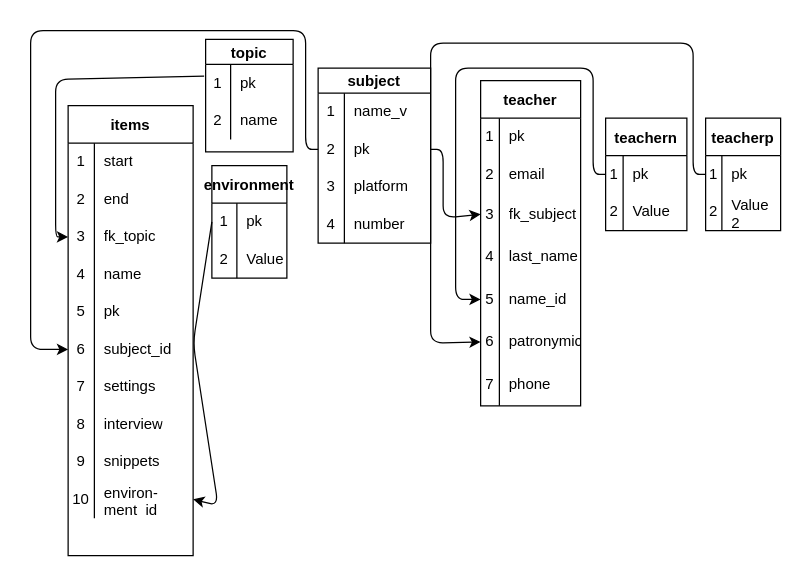
Above: Named/VideoHandler/db_education_v1.drawio in peresvladi/web (draw.io), before the change. Source tidied: cells renumbered, new cells numbered last; positions are measured from the earlier drawing's top-left corner, leaving out a move shared by most shapes. Both pictures are drawn from the tidied source at 125%, with x=0, y=0 at pixel (30, 30).
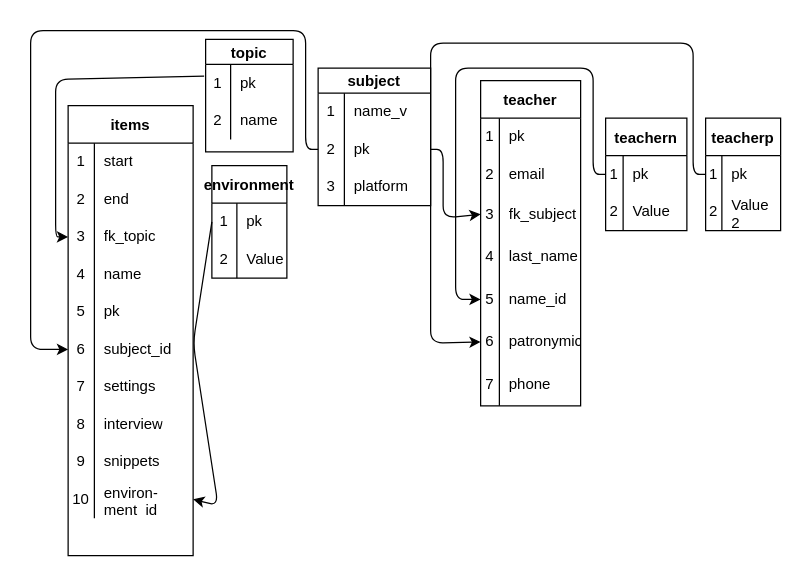
After the change.

Change to the diagram source:
```diff
@@
     <mxCell id="35" value="subject" style="shape=table;startSize=20;childLayout=tableLayout;rowLines=0;fontStyle=1;" parent="1" vertex="1">
-      <mxGeometry x="230" y="30" width="90" height="140" as="geometry" />
+      <mxGeometry x="230" y="30" width="90" height="110" as="geometry" />
     </mxCell>
@@
-    <mxCell id="45" style="shape=tableRow;horizontal=0;startSize=0;swimlaneHead=0;swimlaneBody=0;top=0;left=0;bottom=0;right=0;fillColor=none;" parent="35" vertex="1">
-      <mxGeometry y="110" width="90" height="30" as="geometry" />
-    </mxCell>
-    <mxCell id="46" value="4" style="shape=partialRectangle;html=1;whiteSpace=wrap;fillColor=none;top=0;left=0;bottom=0;right=0;overflow=hidden;" parent="45" vertex="1">
-      <mxGeometry width="21" height="30" as="geometry" />
-    </mxCell>
-    <mxCell id="47" value="number" style="shape=partialRectangle;html=1;whiteSpace=wrap;fillColor=none;top=0;left=0;bottom=0;right=0;align=left;spacingLeft=6;overflow=hidden;" parent="45" vertex="1">
-      <mxGeometry x="21" width="69" height="30" as="geometry" />
-    </mxCell>
```
